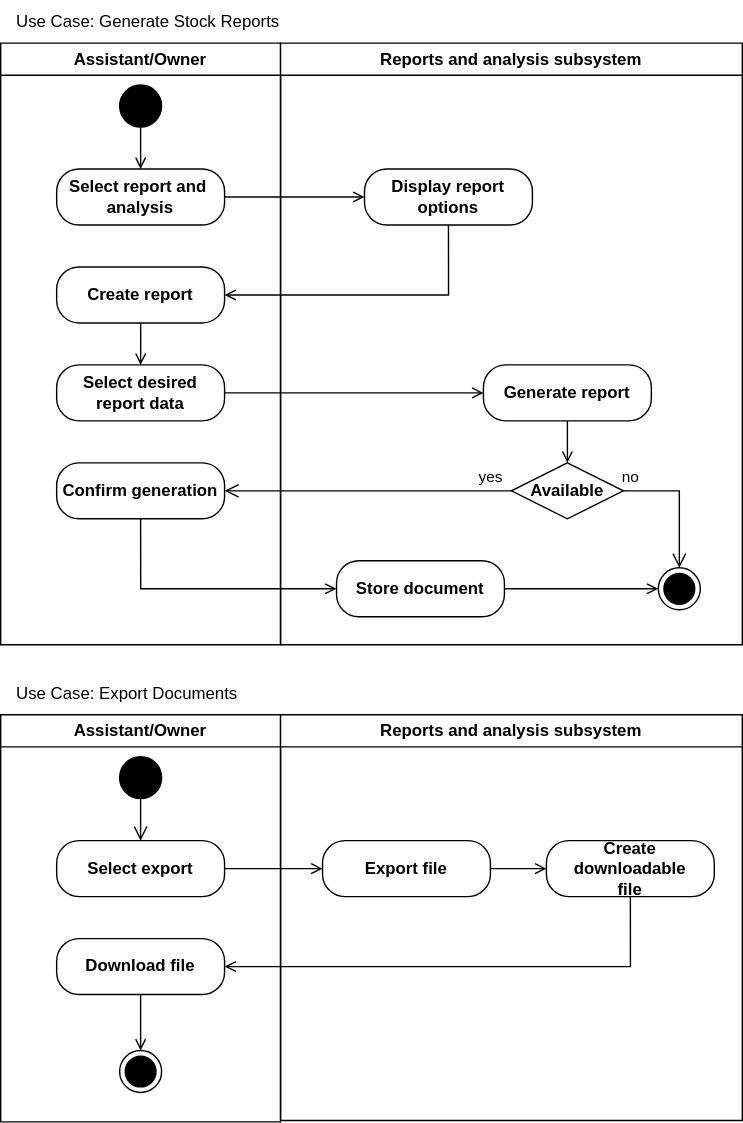
Simamkele88/IFM3_GP keeps this draw.io diagram as Reports_analysis_Activity.svg. Above is the earlier version. Source tidied: cells renumbered, new cells last; positions are measured from the earlier drawing's top-left corner, leaving out a move shared by most shapes.
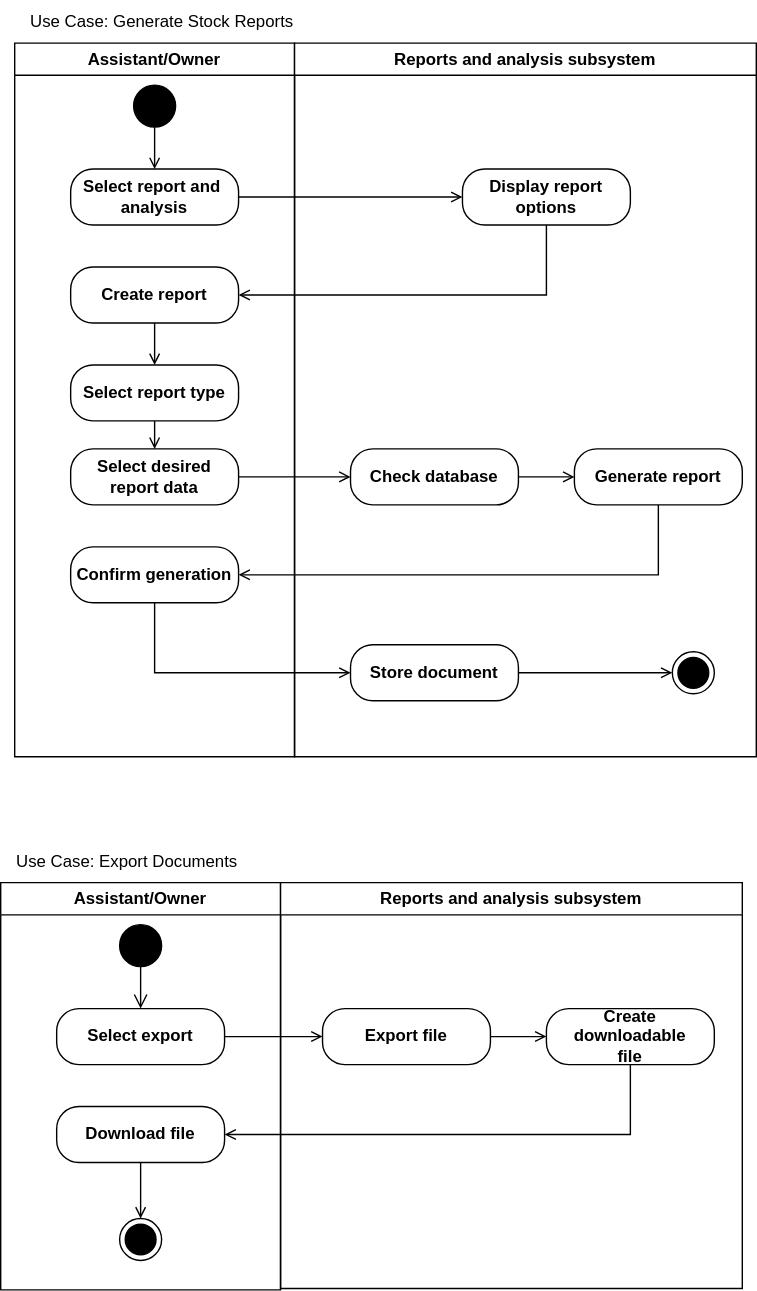
Above is the later version.

Diff of the diagram source:
```diff
@@ -3,7 +3,7 @@
     <mxCell id="0" />
     <mxCell id="1" parent="0" />
     <mxCell id="2" value="Assistant/Owner" style="swimlane;whiteSpace=wrap;html=1;startSize=23;" parent="1" vertex="1">
-      <mxGeometry y="30" width="200" height="430" as="geometry" />
+      <mxGeometry y="30" width="200" height="510" as="geometry" />
     </mxCell>
     <mxCell id="3" value="Select report and&amp;nbsp;&lt;div&gt;analysis&lt;/div&gt;" style="rounded=1;whiteSpace=wrap;html=1;strokeColor=default;align=center;verticalAlign=middle;arcSize=40;fontFamily=Helvetica;fontSize=12;fontColor=default;fillColor=default;fontStyle=1;" parent="2" vertex="1">
       <mxGeometry x="40" y="90" width="120" height="40" as="geometry" />
@@ -11,74 +11,77 @@
     <mxCell id="4" value="Create report" style="rounded=1;whiteSpace=wrap;html=1;strokeColor=default;align=center;verticalAlign=middle;arcSize=40;fontFamily=Helvetica;fontSize=12;fontColor=default;fillColor=default;fontStyle=1;" parent="2" vertex="1">
       <mxGeometry x="40" y="160" width="120" height="40" as="geometry" />
     </mxCell>
-    <mxCell id="5" value="Confirm generation" style="rounded=1;whiteSpace=wrap;html=1;strokeColor=default;align=center;verticalAlign=middle;arcSize=40;fontFamily=Helvetica;fontSize=12;fontColor=default;fillColor=default;fontStyle=1;" parent="2" vertex="1">
-      <mxGeometry x="40" y="300" width="120" height="40" as="geometry" />
-    </mxCell>
     <mxCell id="6" style="ellipse;fillColor=strokeColor;html=1;" parent="2" vertex="1">
       <mxGeometry x="85" y="30" width="30" height="30" as="geometry" />
     </mxCell>
     <mxCell id="7" style="endArrow=open;html=1;rounded=0;exitX=0.5;exitY=1;exitDx=0;exitDy=0;entryX=0.5;entryY=0;entryDx=0;entryDy=0;endFill=0;" parent="2" edge="1" source="6" target="3">
       <mxGeometry relative="1" as="geometry" />
     </mxCell>
-    <mxCell id="8" value="Select desired report data" style="rounded=1;whiteSpace=wrap;html=1;strokeColor=default;align=center;verticalAlign=middle;arcSize=40;fontFamily=Helvetica;fontSize=12;fontColor=default;fillColor=default;fontStyle=1;" parent="2" vertex="1">
-      <mxGeometry x="40" y="230" width="120" height="40" as="geometry" />
-    </mxCell>
-    <mxCell id="9" style="endArrow=open;html=1;rounded=0;entryX=0.5;entryY=0;entryDx=0;entryDy=0;endFill=0;edgeStyle=orthogonalEdgeStyle;exitX=0.5;exitY=1;exitDx=0;exitDy=0;" parent="2" edge="1" source="4" target="8">
-      <mxGeometry relative="1" as="geometry">
-        <Array as="points">
-          <mxPoint x="100" y="210" />
-          <mxPoint x="100" y="210" />
-        </Array>
-      </mxGeometry>
-    </mxCell>
+    <mxCell id="39" value="Select report type" style="rounded=1;whiteSpace=wrap;html=1;strokeColor=default;align=center;verticalAlign=middle;arcSize=40;fontFamily=Helvetica;fontSize=12;fontColor=default;fillColor=default;fontStyle=1;" parent="2" vertex="1">
+      <mxGeometry x="40" y="230" width="120" height="40" as="geometry" />
+    </mxCell>
+    <mxCell id="40" style="endArrow=open;html=1;rounded=0;entryX=0.5;entryY=0;entryDx=0;entryDy=0;endFill=0;edgeStyle=orthogonalEdgeStyle;exitX=0.5;exitY=1;exitDx=0;exitDy=0;" parent="2" edge="1" source="4" target="39">
+      <mxGeometry relative="1" as="geometry">
+        <Array as="points">
+          <mxPoint x="100" y="200" />
+          <mxPoint x="100" y="200" />
+        </Array>
+      </mxGeometry>
+    </mxCell>
     <mxCell id="10" value="Reports and analysis subsystem" style="swimlane;whiteSpace=wrap;html=1;" parent="1" vertex="1">
-      <mxGeometry x="200" y="30" width="330" height="430" as="geometry" />
+      <mxGeometry x="200" y="30" width="330" height="510" as="geometry" />
     </mxCell>
     <mxCell id="11" value="Display report&lt;div&gt;options&lt;/div&gt;" style="rounded=1;whiteSpace=wrap;html=1;strokeColor=default;align=center;verticalAlign=middle;arcSize=40;fontFamily=Helvetica;fontSize=12;fontColor=default;fillColor=default;fontStyle=1;" parent="10" vertex="1">
-      <mxGeometry x="60" y="90" width="120" height="40" as="geometry" />
+      <mxGeometry x="120" y="90" width="120" height="40" as="geometry" />
     </mxCell>
-    <mxCell id="12" value="Available" style="rhombus;whiteSpace=wrap;html=1;fontColor=default;fillColor=default;strokeColor=default;align=center;verticalAlign=middle;fontFamily=Helvetica;fontSize=12;fontStyle=1;" parent="10" vertex="1">
-      <mxGeometry x="165" y="300" width="80" height="40" as="geometry" />
-    </mxCell>
-    <mxCell id="13" value="no" style="edgeStyle=orthogonalEdgeStyle;html=1;align=center;verticalAlign=middle;endArrow=open;endSize=8;strokeColor=default;rounded=0;entryX=0.5;entryY=0;entryDx=0;entryDy=0;fontFamily=Helvetica;fontSize=11;fontColor=default;labelBackgroundColor=default;endFill=0;" parent="10" edge="1" source="12">
-      <mxGeometry x="-0.89" y="10" relative="1" as="geometry">
-        <mxPoint x="285" y="375" as="targetPoint" />
-        <Array as="points">
-          <mxPoint x="285" y="320" />
-        </Array>
-      </mxGeometry>
-    </mxCell>
-    <mxCell id="14" style="endArrow=open;html=1;rounded=0;entryX=0.5;entryY=0;entryDx=0;entryDy=0;endFill=0;edgeStyle=orthogonalEdgeStyle;exitX=0.5;exitY=1;exitDx=0;exitDy=0;" parent="10" edge="1" source="18" target="12">
-      <mxGeometry relative="1" as="geometry">
-        <Array as="points">
-          <mxPoint x="205" y="270" />
-          <mxPoint x="205" y="270" />
-        </Array>
-      </mxGeometry>
+    <mxCell id="14" style="endArrow=open;html=1;rounded=0;endFill=0;edgeStyle=orthogonalEdgeStyle;exitX=0.5;exitY=1;exitDx=0;exitDy=0;entryX=1;entryY=0.5;entryDx=0;entryDy=0;" parent="10" edge="1" source="18" target="5">
+      <mxGeometry relative="1" as="geometry" />
     </mxCell>
+    <mxCell id="8" value="Select desired report data" style="rounded=1;whiteSpace=wrap;html=1;strokeColor=default;align=center;verticalAlign=middle;arcSize=40;fontFamily=Helvetica;fontSize=12;fontColor=default;fillColor=default;fontStyle=1;" parent="10" vertex="1">
+      <mxGeometry x="-160" y="290" width="120" height="40" as="geometry" />
+    </mxCell>
+    <mxCell id="38" style="endArrow=open;html=1;rounded=0;entryX=0;entryY=0.5;entryDx=0;entryDy=0;endFill=0;edgeStyle=orthogonalEdgeStyle;exitX=1;exitY=0.5;exitDx=0;exitDy=0;" parent="10" edge="1" source="8" target="41">
+      <mxGeometry relative="1" as="geometry" />
+    </mxCell>
+    <mxCell id="18" value="Generate report" style="rounded=1;whiteSpace=wrap;html=1;strokeColor=default;align=center;verticalAlign=middle;arcSize=40;fontFamily=Helvetica;fontSize=12;fontColor=default;fillColor=default;fontStyle=1;" parent="10" vertex="1">
+      <mxGeometry x="200" y="290" width="120" height="40" as="geometry" />
+    </mxCell>
     <mxCell id="15" value="Store document" style="rounded=1;whiteSpace=wrap;html=1;strokeColor=default;align=center;verticalAlign=middle;arcSize=40;fontFamily=Helvetica;fontSize=12;fontColor=default;fillColor=default;fontStyle=1;" parent="10" vertex="1">
-      <mxGeometry x="40" y="370" width="120" height="40" as="geometry" />
+      <mxGeometry x="40" y="430" width="120" height="40" as="geometry" />
     </mxCell>
     <mxCell id="16" style="endArrow=open;html=1;rounded=0;entryX=0;entryY=0.5;entryDx=0;entryDy=0;endFill=0;edgeStyle=orthogonalEdgeStyle;exitX=1;exitY=0.5;exitDx=0;exitDy=0;" parent="10" edge="1" source="15">
       <mxGeometry relative="1" as="geometry">
-        <mxPoint x="270" y="390" as="targetPoint" />
+        <mxPoint x="270" y="450" as="targetPoint" />
         <Array as="points">
-          <mxPoint x="210" y="390" />
-          <mxPoint x="210" y="390" />
+          <mxPoint x="210" y="450" />
+          <mxPoint x="210" y="450" />
         </Array>
       </mxGeometry>
     </mxCell>
+    <mxCell id="34" style="endArrow=open;html=1;rounded=0;entryX=0;entryY=0.5;entryDx=0;entryDy=0;endFill=0;edgeStyle=orthogonalEdgeStyle;exitX=0.5;exitY=1;exitDx=0;exitDy=0;" parent="10" edge="1" source="5" target="15">
+      <mxGeometry relative="1" as="geometry">
+        <Array as="points">
+          <mxPoint x="-100" y="450" />
+        </Array>
+      </mxGeometry>
+    </mxCell>
+    <mxCell id="5" value="Confirm generation" style="rounded=1;whiteSpace=wrap;html=1;strokeColor=default;align=center;verticalAlign=middle;arcSize=40;fontFamily=Helvetica;fontSize=12;fontColor=default;fillColor=default;fontStyle=1;" parent="10" vertex="1">
+      <mxGeometry x="-160" y="360" width="120" height="40" as="geometry" />
+    </mxCell>
     <mxCell id="17" style="ellipse;html=1;shape=endState;fillColor=strokeColor;" parent="10" vertex="1">
-      <mxGeometry x="270" y="375" width="30" height="30" as="geometry" />
+      <mxGeometry x="270" y="435" width="30" height="30" as="geometry" />
     </mxCell>
-    <mxCell id="18" value="Generate report" style="rounded=1;whiteSpace=wrap;html=1;strokeColor=default;align=center;verticalAlign=middle;arcSize=40;fontFamily=Helvetica;fontSize=12;fontColor=default;fillColor=default;fontStyle=1;" parent="10" vertex="1">
-      <mxGeometry x="145" y="230" width="120" height="40" as="geometry" />
-    </mxCell>
+    <mxCell id="41" value="Check database" style="rounded=1;whiteSpace=wrap;html=1;strokeColor=default;align=center;verticalAlign=middle;arcSize=40;fontFamily=Helvetica;fontSize=12;fontColor=default;fillColor=default;fontStyle=1;" parent="10" vertex="1">
+      <mxGeometry x="40" y="290" width="120" height="40" as="geometry" />
+    </mxCell>
+    <mxCell id="42" style="endArrow=open;html=1;rounded=0;entryX=0;entryY=0.5;entryDx=0;entryDy=0;endFill=0;edgeStyle=orthogonalEdgeStyle;exitX=1;exitY=0.5;exitDx=0;exitDy=0;" parent="10" edge="1" source="41" target="18">
+      <mxGeometry relative="1" as="geometry" />
+    </mxCell>
     <mxCell id="19" style="endArrow=open;html=1;rounded=0;exitX=1;exitY=0.5;exitDx=0;exitDy=0;entryX=0;entryY=0.5;entryDx=0;entryDy=0;endFill=0;" parent="1" edge="1" source="3" target="11">
       <mxGeometry relative="1" as="geometry" />
     </mxCell>
     <mxCell id="20" value="Assistant/Owner" style="swimlane;whiteSpace=wrap;html=1;" parent="1" vertex="1">
-      <mxGeometry y="510" width="200" height="291" as="geometry" />
+      <mxGeometry x="-10" y="630" width="200" height="291" as="geometry" />
     </mxCell>
     <mxCell id="21" style="edgeStyle=orthogonalEdgeStyle;html=1;verticalAlign=middle;endArrow=open;endSize=8;strokeColor=default;rounded=0;entryX=0.5;entryY=0;entryDx=0;entryDy=0;align=center;fontFamily=Helvetica;fontSize=11;fontColor=default;labelBackgroundColor=default;endFill=0;exitX=0.5;exitY=1;exitDx=0;exitDy=0;" parent="20" edge="1" source="25" target="22">
       <mxGeometry relative="1" as="geometry" />
@@ -99,7 +102,7 @@
       <mxGeometry x="85" y="240" width="30" height="30" as="geometry" />
     </mxCell>
     <mxCell id="27" value="Reports and analysis subsystem" style="swimlane;whiteSpace=wrap;html=1;" parent="1" vertex="1">
-      <mxGeometry x="200" y="510" width="330" height="290" as="geometry" />
+      <mxGeometry x="190" y="630" width="330" height="290" as="geometry" />
     </mxCell>
     <mxCell id="28" value="Export file" style="rounded=1;whiteSpace=wrap;html=1;strokeColor=default;align=center;verticalAlign=middle;arcSize=40;fontFamily=Helvetica;fontSize=12;fontColor=default;fillColor=default;fontStyle=1;" parent="27" vertex="1">
       <mxGeometry x="30" y="90" width="120" height="40" as="geometry" />
@@ -116,20 +119,10 @@
     <mxCell id="32" style="endArrow=open;html=1;rounded=0;entryX=1;entryY=0.5;entryDx=0;entryDy=0;endFill=0;edgeStyle=orthogonalEdgeStyle;exitX=0.5;exitY=1;exitDx=0;exitDy=0;" parent="1" edge="1" source="11" target="4">
       <mxGeometry relative="1" as="geometry">
         <Array as="points">
-          <mxPoint x="320" y="210" />
+          <mxPoint x="380" y="210" />
         </Array>
       </mxGeometry>
     </mxCell>
-    <mxCell id="33" value="yes" style="edgeStyle=orthogonalEdgeStyle;html=1;align=center;verticalAlign=middle;endArrow=open;endSize=8;strokeColor=default;rounded=0;exitX=0;exitY=0.5;exitDx=0;exitDy=0;entryX=1;entryY=0.5;entryDx=0;entryDy=0;fontFamily=Helvetica;fontSize=11;fontColor=default;labelBackgroundColor=default;endFill=0;" parent="1" edge="1" source="12" target="5">
-      <mxGeometry x="-0.85" y="-10" relative="1" as="geometry" />
-    </mxCell>
-    <mxCell id="34" style="endArrow=open;html=1;rounded=0;entryX=0;entryY=0.5;entryDx=0;entryDy=0;endFill=0;edgeStyle=orthogonalEdgeStyle;exitX=0.5;exitY=1;exitDx=0;exitDy=0;" parent="1" edge="1" source="5" target="15">
-      <mxGeometry relative="1" as="geometry">
-        <Array as="points">
-          <mxPoint x="100" y="420" />
-        </Array>
-      </mxGeometry>
-    </mxCell>
     <mxCell id="35" style="endArrow=open;html=1;rounded=0;exitX=0.5;exitY=1;exitDx=0;exitDy=0;entryX=1;entryY=0.5;entryDx=0;entryDy=0;endFill=0;edgeStyle=orthogonalEdgeStyle;" parent="1" edge="1" source="29" target="23">
       <mxGeometry relative="1" as="geometry" />
     </mxCell>
@@ -137,10 +130,10 @@
       <mxGeometry width="210" height="30" as="geometry" />
     </mxCell>
     <mxCell id="37" value="Use Case: Export Documents" style="text;html=1;align=center;verticalAlign=middle;strokeColor=none;fillColor=none;" parent="1" vertex="1">
-      <mxGeometry y="480" width="180" height="30" as="geometry" />
+      <mxGeometry x="-10" y="600" width="180" height="30" as="geometry" />
     </mxCell>
-    <mxCell id="38" style="endArrow=open;html=1;rounded=0;entryX=0;entryY=0.5;entryDx=0;entryDy=0;endFill=0;edgeStyle=orthogonalEdgeStyle;exitX=1;exitY=0.5;exitDx=0;exitDy=0;" parent="1" edge="1" source="8" target="18">
-      <mxGeometry relative="1" as="geometry" />
-    </mxCell>
+    <mxCell id="9" style="endArrow=open;html=1;rounded=0;entryX=0.5;entryY=0;entryDx=0;entryDy=0;endFill=0;edgeStyle=orthogonalEdgeStyle;exitX=0.5;exitY=1;exitDx=0;exitDy=0;" parent="1" edge="1" source="39" target="8">
+      <mxGeometry relative="1" as="geometry" />
+    </mxCell>
   </root>
 </mxGraphModel>
```
